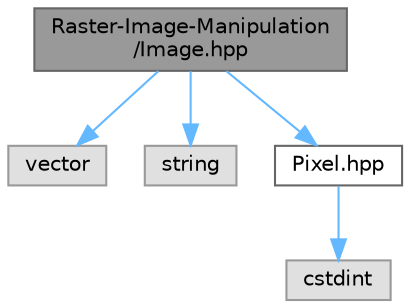
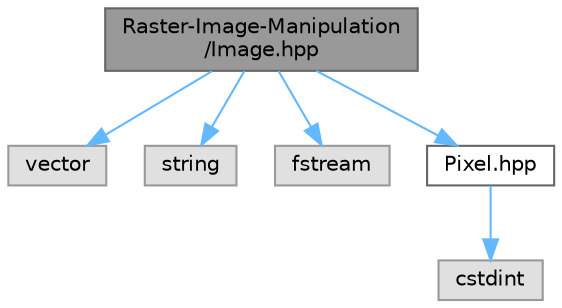
digraph "Raster-Image-Manipulation/Image.hpp"
{
 // LATEX_PDF_SIZE
  bgcolor="transparent";
  edge [fontname=Helvetica,fontsize=10,labelfontname=Helvetica,labelfontsize=10];
  node [fontname=Helvetica,fontsize=10,shape=box,height=0.2,width=0.4];
  Node1 [id="Node000001",label="Raster-Image-Manipulation\l/Image.hpp",height=0.2,width=0.4,color="gray40", fillcolor="grey60", style="filled", fontcolor="black",tooltip="Defines the abstract base class for all raster image formats."];
  Node1 -> Node2 [id="edge1_Node000001_Node000002",color="steelblue1",style="solid",tooltip=" "];
  Node2 [id="Node000002",label="vector",height=0.2,width=0.4,color="grey60", fillcolor="#E0E0E0", style="filled",tooltip=" "];
  Node1 -> Node3 [id="edge2_Node000001_Node000003",color="steelblue1",style="solid",tooltip=" "];
  Node3 [id="Node000003",label="string",height=0.2,width=0.4,color="grey60", fillcolor="#E0E0E0", style="filled",tooltip=" "];
  Node1 -> Node4 [id="edge3_Node000001_Node000004",color="steelblue1",style="solid",tooltip=" "];
-   Node4 [id="Node000004",label="Pixel.hpp",height=0.2,width=0.4,color="grey40", fillcolor="white", style="filled",URL="$Pixel_8hpp.html",tooltip="Defines the atomic Pixel structure used across the image manipulation project."];
-   Node4 -> Node5 [id="edge4_Node000004_Node000005",color="steelblue1",style="solid",tooltip=" "];
-   Node5 [id="Node000005",label="cstdint",height=0.2,width=0.4,color="grey60", fillcolor="#E0E0E0", style="filled",tooltip=" "];
+   Node4 [id="Node000004",label="fstream",height=0.2,width=0.4,color="grey60", fillcolor="#E0E0E0", style="filled",tooltip=" "];
+   Node1 -> Node5 [id="edge4_Node000001_Node000005",color="steelblue1",style="solid",tooltip=" "];
+   Node5 [id="Node000005",label="Pixel.hpp",height=0.2,width=0.4,color="grey40", fillcolor="white", style="filled",URL="$Pixel_8hpp.html",tooltip="Defines the atomic Pixel structure used across the image manipulation project."];
+   Node5 -> Node6 [id="edge5_Node000005_Node000006",color="steelblue1",style="solid",tooltip=" "];
+   Node6 [id="Node000006",label="cstdint",height=0.2,width=0.4,color="grey60", fillcolor="#E0E0E0", style="filled",tooltip=" "];
}
